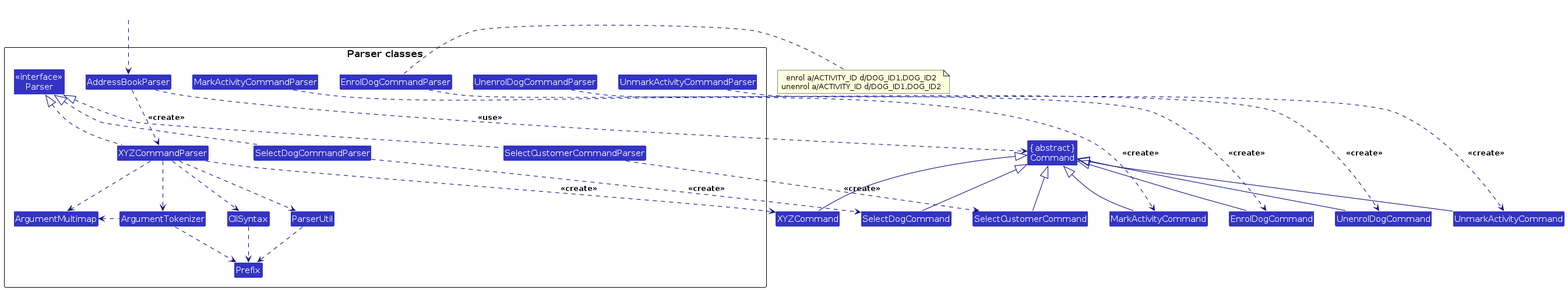
Earlier version of the PlantUML export diagrams/ParserClasses.png (AY2627S1-CS2103T-T15-4/tp). Its source is kept beside it as diagrams/ParserClasses.puml.
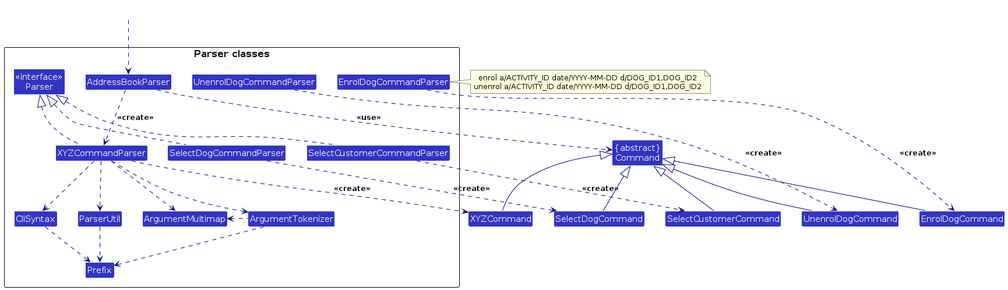
After the change.

The edit, as a diff of the source:
```diff
@@ -13,8 +13,6 @@
 Class XYZCommandParser
 Class EnrolDogCommandParser
 Class UnenrolDogCommandParser
-Class MarkActivityCommandParser
-Class UnmarkActivityCommandParser
 Class SelectDogCommandParser
 Class SelectCustomerCommandParser
 Class CliSyntax
@@ -32,8 +30,6 @@
 XYZCommandParser ..> XYZCommand : <<create>>
 EnrolDogCommandParser ..> EnrolDogCommand : <<create>>
 UnenrolDogCommandParser ..> UnenrolDogCommand : <<create>>
-MarkActivityCommandParser ..> MarkActivityCommand : <<create>>
-UnmarkActivityCommandParser ..> UnmarkActivityCommand : <<create>>
 SelectDogCommandParser ..> SelectDogCommand : <<create>>
 SelectCustomerCommandParser ..> SelectCustomerCommand : <<create>>
 AddressBookParser ..> Command : <<use>>
@@ -49,14 +45,12 @@
 XYZCommand -up-|> Command
 EnrolDogCommand -up-|> Command
 UnenrolDogCommand -up-|> Command
-MarkActivityCommand -up-|> Command
-UnmarkActivityCommand -up-|> Command
 SelectDogCommand -up-|> Command
 SelectCustomerCommand -up-|> Command
 SelectDogCommandParser .up.|> Parser
 SelectCustomerCommandParser .up.|> Parser
 note right of EnrolDogCommandParser
-  enrol a/ACTIVITY_ID d/DOG_ID1,DOG_ID2
-  unenrol a/ACTIVITY_ID d/DOG_ID1,DOG_ID2
+  enrol a/ACTIVITY_ID date/YYYY-MM-DD d/DOG_ID1,DOG_ID2
+  unenrol a/ACTIVITY_ID date/YYYY-MM-DD d/DOG_ID1,DOG_ID2
 end note
 @enduml
```
